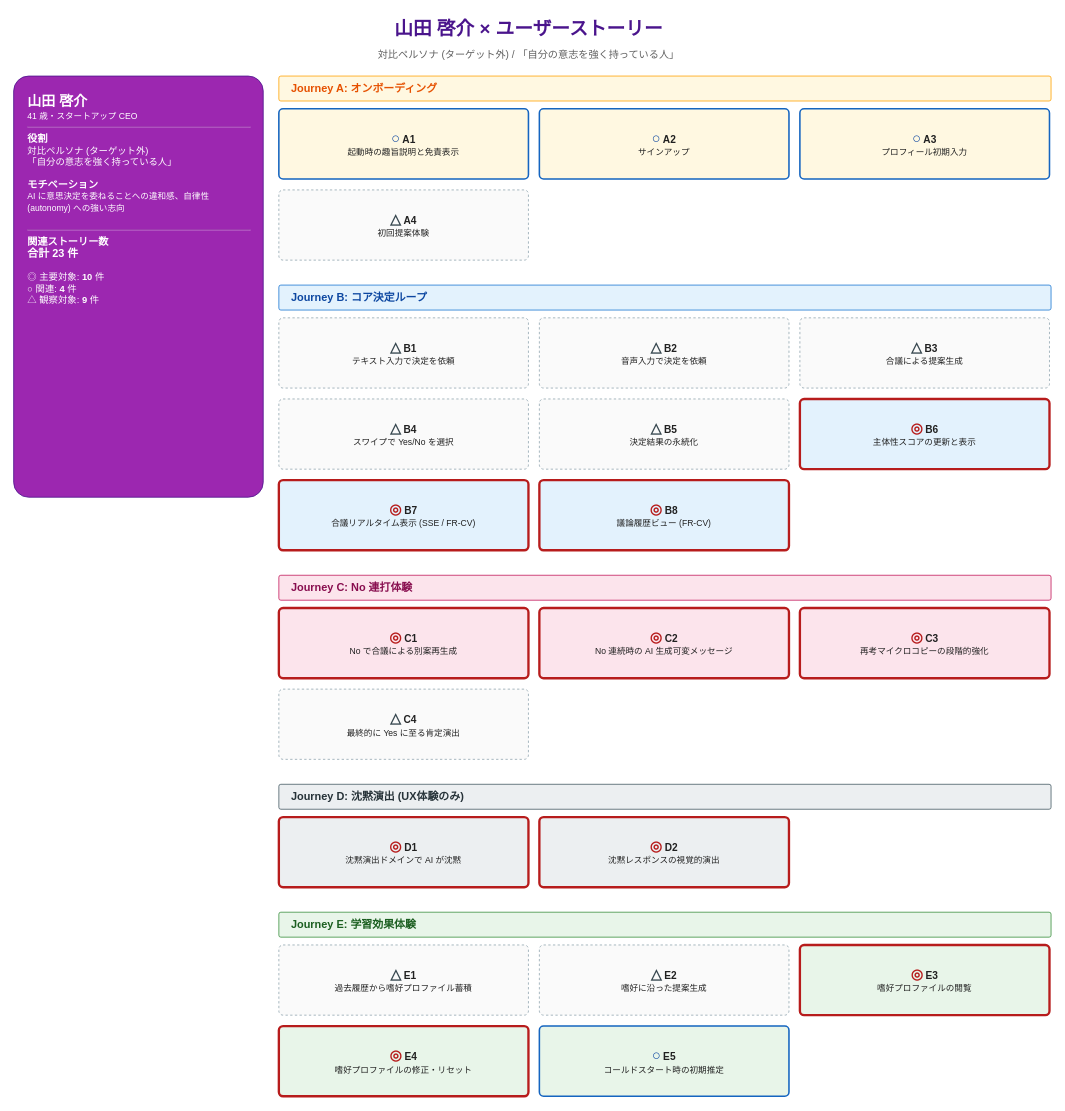
Earlier version of the draw.io diagram page "03_yamada_山田 啓介" (4 of 6) of aidlc-docs/inception/user-stories/diagrams/persona-story-map.drawio (y-morimatsu/yes-man). Source tidied: cells renumbered, new cells numbered last; positions are measured from the earlier drawing's top-left corner, leaving out a move shared by most shapes. Both pictures are drawn from the tidied source at 78%, with x=0, y=0 at pixel (13, 13).
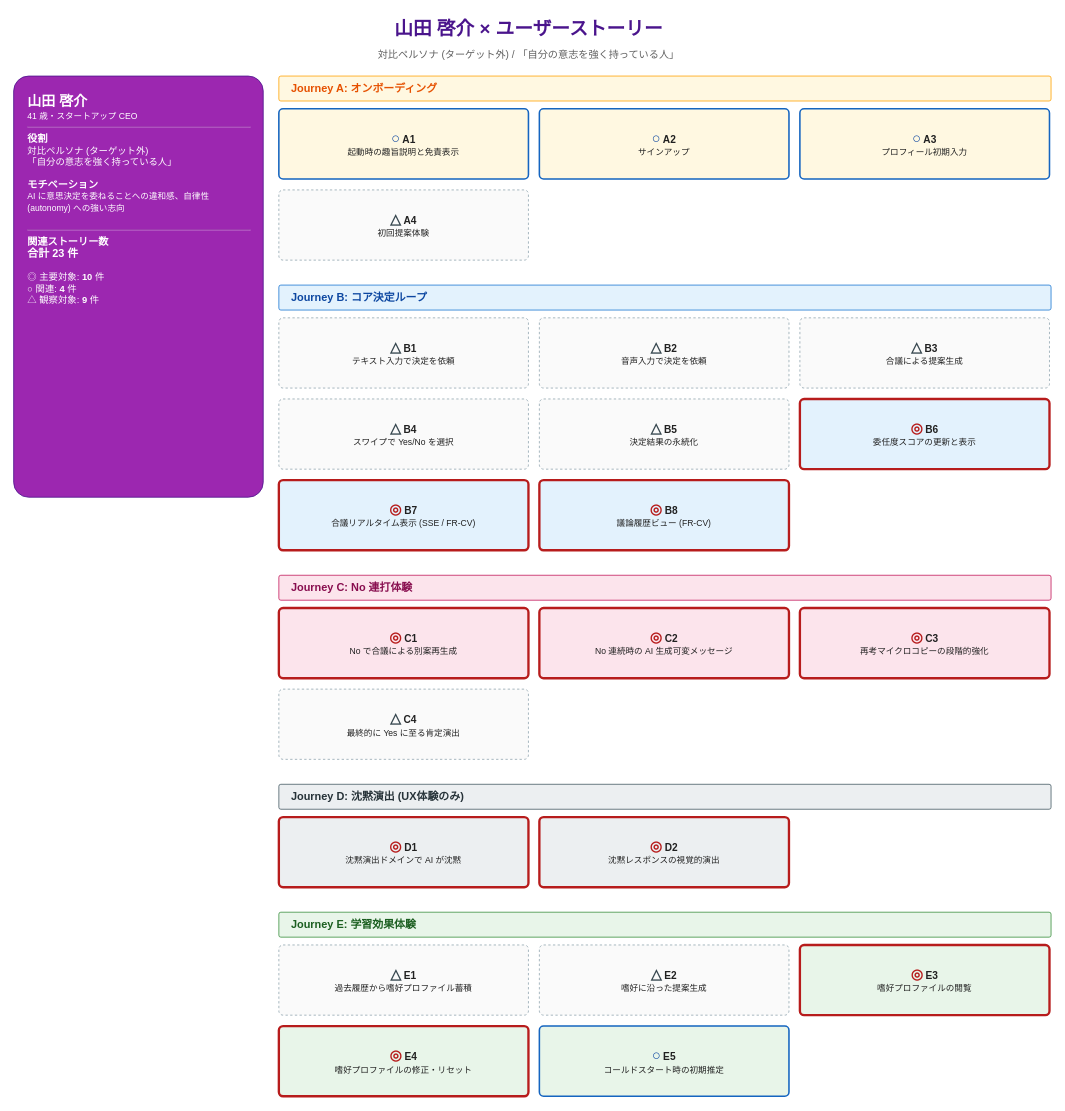
The same page after the edit.

Diff of the diagram source:
```diff
@@
-    <mxCell id="16" value="&lt;span style=&quot;color:#B71C1C;font-size:18px&quot;&gt;&lt;b&gt;◎&lt;/b&gt;&lt;/span&gt; &lt;b style=&quot;font-size:13px&quot;&gt;B6&lt;/b&gt;&lt;br&gt;&lt;span style=&quot;font-size:11px&quot;&gt;主体性スコアの更新と表示&lt;/span&gt;" style="rounded=1;whiteSpace=wrap;html=1;fillColor=#E3F2FD;strokeColor=#B71C1C;fontColor=#212121;fontSize=12;align=center;verticalAlign=middle;strokeWidth=3;arcSize=6;" parent="1" vertex="1">
+    <mxCell id="16" value="&lt;span style=&quot;color:#B71C1C;font-size:18px&quot;&gt;&lt;b&gt;◎&lt;/b&gt;&lt;/span&gt; &lt;b style=&quot;font-size:13px&quot;&gt;B6&lt;/b&gt;&lt;br&gt;&lt;span style=&quot;font-size:11px&quot;&gt;委任度スコアの更新と表示&lt;/span&gt;" style="rounded=1;whiteSpace=wrap;html=1;fillColor=#E3F2FD;strokeColor=#B71C1C;fontColor=#212121;fontSize=12;align=center;verticalAlign=middle;strokeWidth=3;arcSize=6;" parent="1" vertex="1">
       <mxGeometry x="1008" y="494" width="320" height="90" as="geometry" />
     </mxCell>
```
